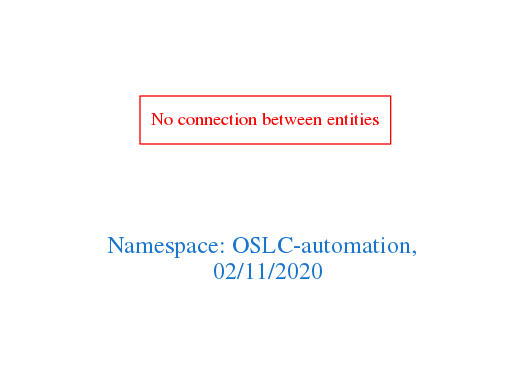
The Graphviz diagram downloads/OSLC-automation.png in arago/OGIT, before a commit. Its source is kept beside it as downloads/OSLC-automation.dot.
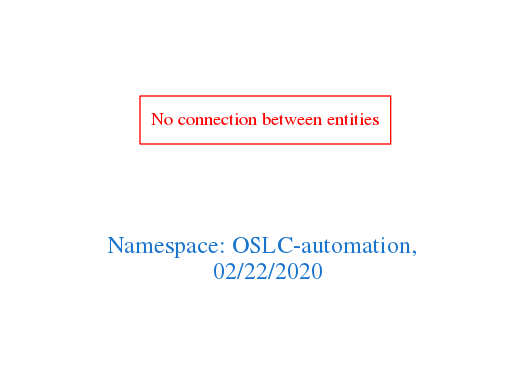
The same diagram one commit later.

Change to the diagram source:
```diff
@@ -1,7 +1,7 @@
 digraph OGIT_ontology {
  graph [ rankdir= LR,pad=1
 fontsize = 18,
-fontcolor= dodgerblue3,label = "\n\n\nNamespace: OSLC-automation, \n 02/11/2020"];
+fontcolor= dodgerblue3,label = "\n\n\nNamespace: OSLC-automation, \n 02/22/2020"];
 node[shape=polygon];
 edge [  color="gray81"];
 
```
